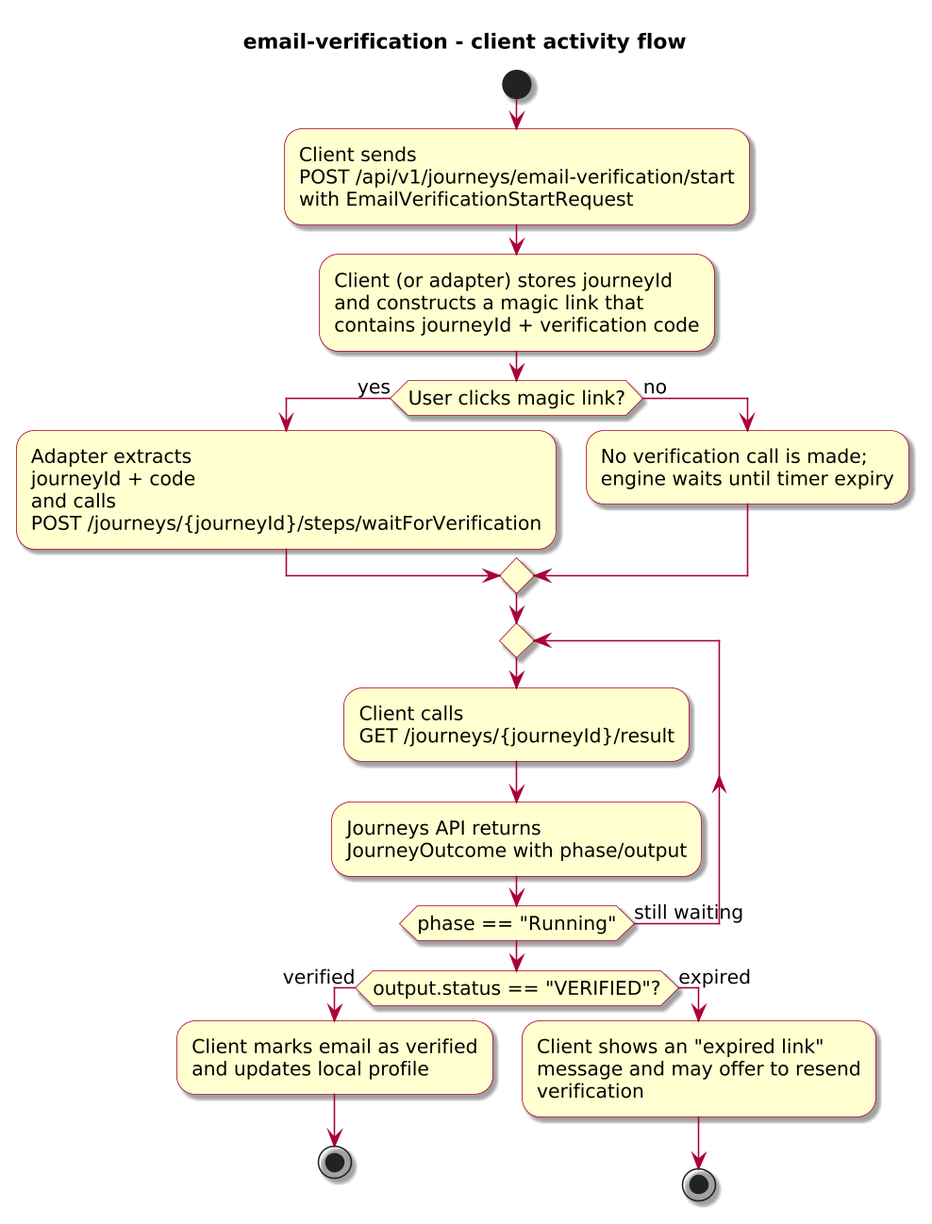
Before: docs/3-reference/examples/business/email-verification/diagrams/email-verification-activity.png, a diagram exported from PlantUML (ivanstambuk/journeyforge). The source it was exported from:
```plantuml
@startuml
!include journey-diagram-theme.puml
title email-verification - client activity flow

start

:Client sends\nPOST /api/v1/journeys/email-verification/start\nwith EmailVerificationStartRequest;

:Client (or adapter) stores journeyId\nand constructs a magic link that\ncontains journeyId + verification code;

if (User clicks magic link?) then (yes)
  :Adapter extracts\njourneyId + code\nand calls\nPOST /journeys/{journeyId}/steps/waitForVerification;
else (no)
  :No verification call is made;\nengine waits until timer expiry;
endif

repeat
  :Client calls\nGET /journeys/{journeyId}/result;
  :Journeys API returns\nJourneyOutcome with phase/output;
repeat while (phase == "Running") is (still waiting)

if (output.status == "VERIFIED"?) then (verified)
  :Client marks email as verified\nand updates local profile;
  stop
else (expired)
  :Client shows an "expired link"\nmessage and may offer to resend\nverification;
  stop
endif

@enduml
```
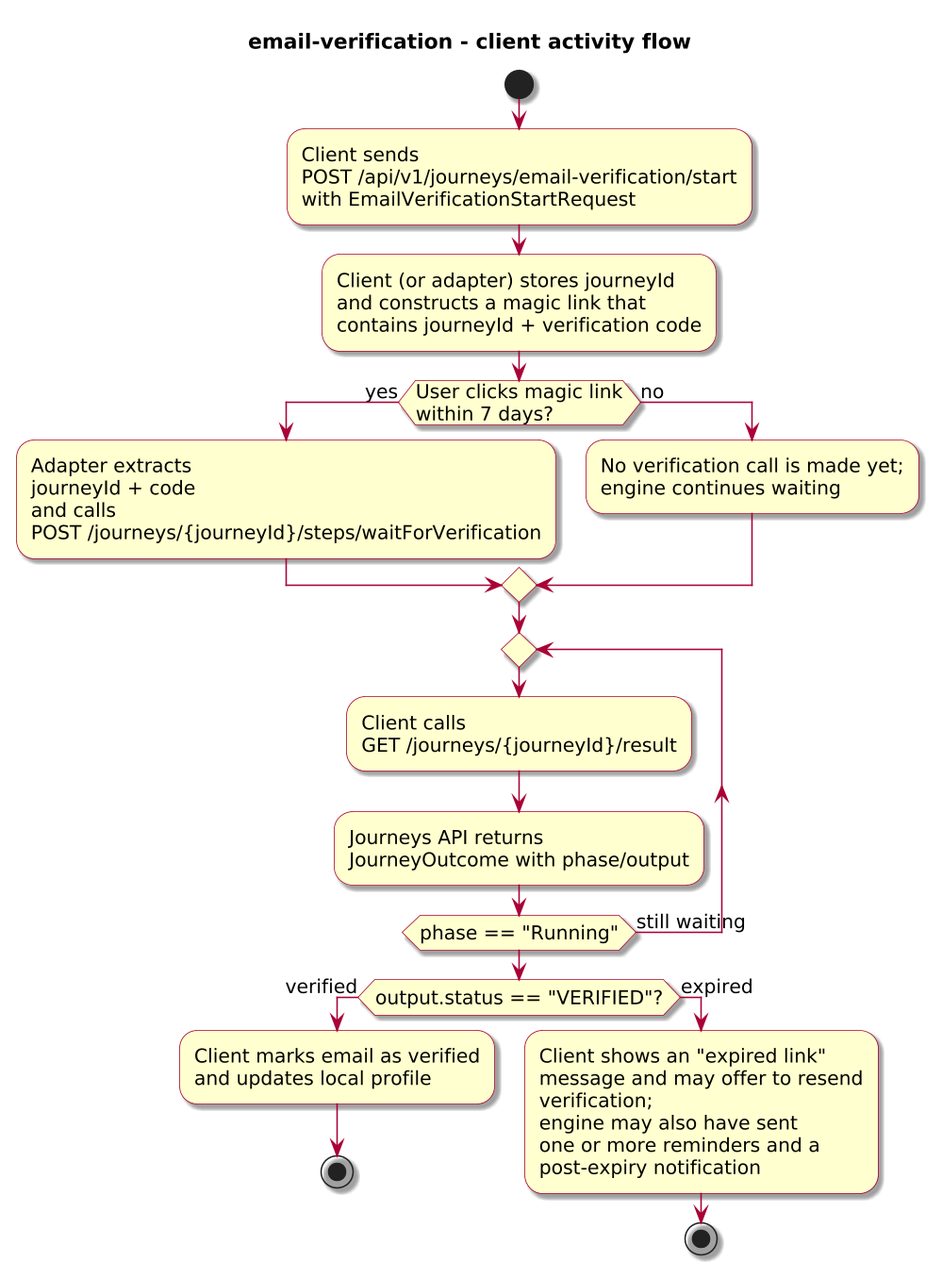
The same file after the commit.

Change to the diagram source:
```diff
@@ -8,10 +8,10 @@
 
 :Client (or adapter) stores journeyId\nand constructs a magic link that\ncontains journeyId + verification code;
 
-if (User clicks magic link?) then (yes)
+if (User clicks magic link\nwithin 7 days?) then (yes)
   :Adapter extracts\njourneyId + code\nand calls\nPOST /journeys/{journeyId}/steps/waitForVerification;
 else (no)
-  :No verification call is made;\nengine waits until timer expiry;
+  :No verification call is made yet;\nengine continues waiting;
 endif
 
 repeat
@@ -23,7 +23,7 @@
   :Client marks email as verified\nand updates local profile;
   stop
 else (expired)
-  :Client shows an "expired link"\nmessage and may offer to resend\nverification;
+  :Client shows an "expired link"\nmessage and may offer to resend\nverification;\nengine may also have sent\none or more reminders and a\npost-expiry notification;
   stop
 endif
 
```
